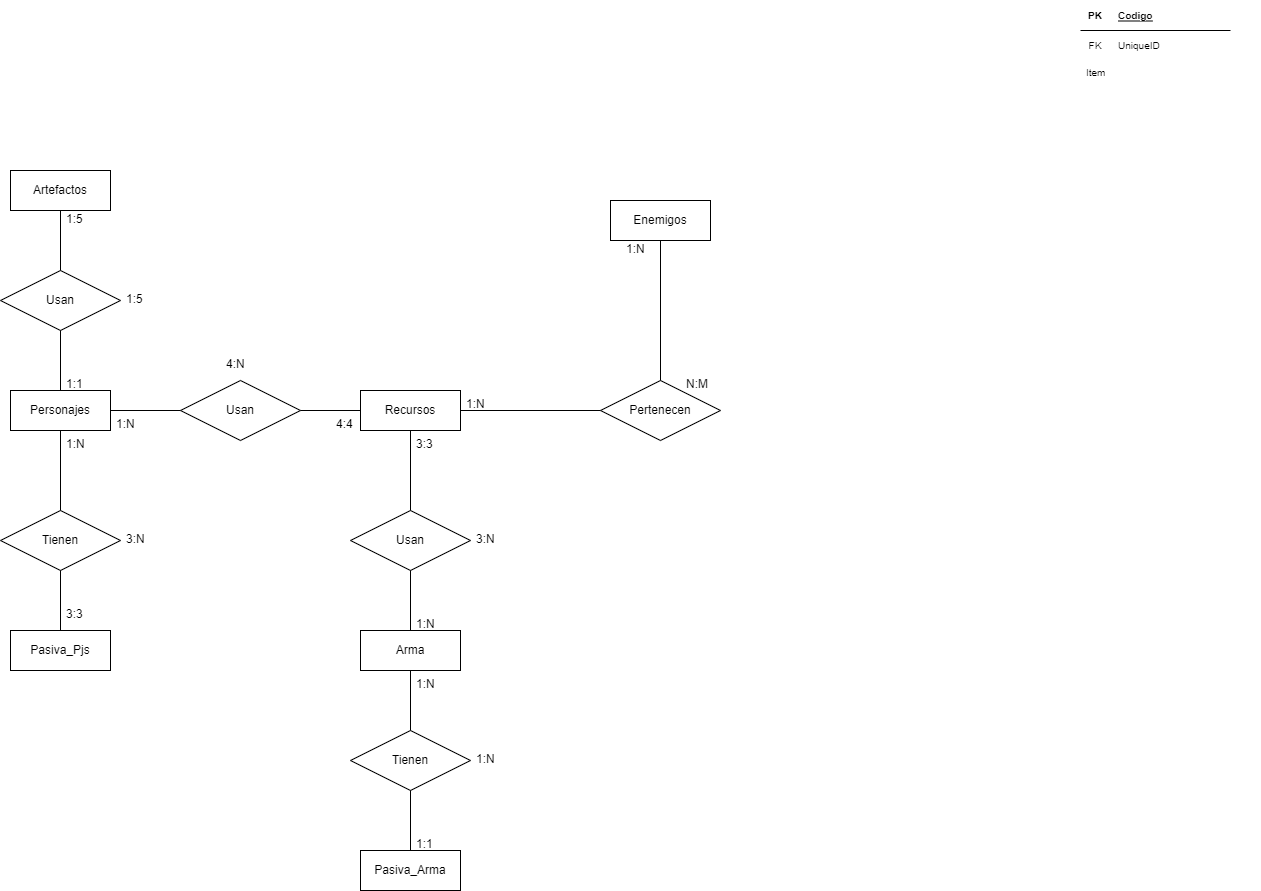
Above: Imgs/Diagrama Entidad-Relacion.png in TomNARiz/proyecto-ets-daw (draw.io), before the change. Source tidied: cells renumbered, new cells last; positions are measured from the earlier drawing's top-left corner, leaving out a move shared by most shapes.
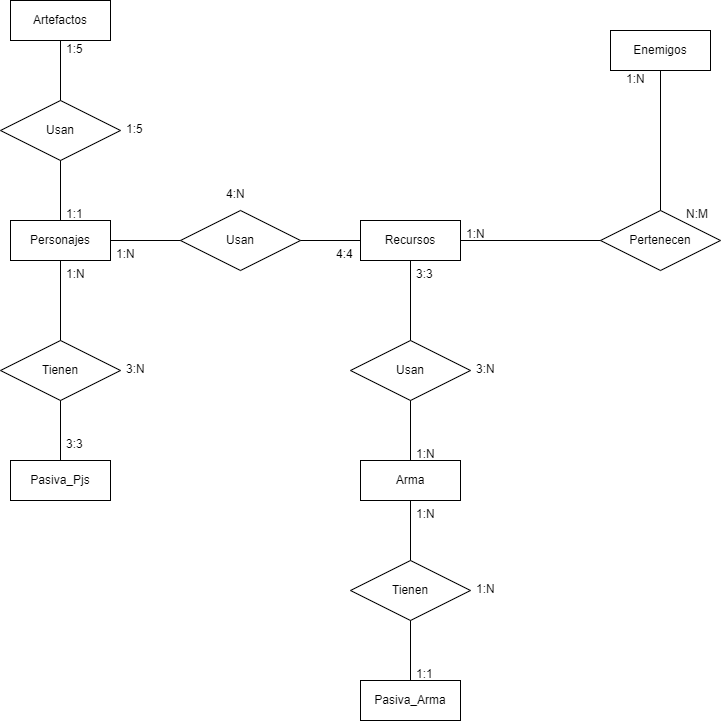
After the change.

The edit, as a diff of the source:
```diff
@@ -122,33 +122,6 @@
     <mxCell id="41" value="1:N" style="text;strokeColor=none;fillColor=none;spacingLeft=4;spacingRight=4;overflow=hidden;fontSize=12;" parent="1" vertex="1">
       <mxGeometry x="470" y="745" width="40" height="30" as="geometry" />
     </mxCell>
-    <mxCell id="42" style="shape=table;startSize=0;rowLines=0;fontStyle=0;align=center;strokeColor=none;fillColor=none;fontSize=10;" parent="1" vertex="1">
-      <mxGeometry x="1080" width="150" height="30" as="geometry" />
-    </mxCell>
-    <mxCell id="43" style="shape=tableRow;horizontal=0;startSize=0;swimlaneHead=0;swimlaneBody=0;fillColor=none;top=0;left=0;right=0;bottom=1;" parent="42" vertex="1">
-      <mxGeometry width="150" height="30" as="geometry" />
-    </mxCell>
-    <mxCell id="44" value="PK" style="shape=partialRectangle;fillColor=none;top=0;left=0;bottom=0;right=0;fontStyle=1;overflow=hidden;fontSize=10;" parent="43" vertex="1">
-      <mxGeometry width="30" height="30" as="geometry" />
-    </mxCell>
-    <mxCell id="45" value="Codigo" style="shape=partialRectangle;fillColor=none;top=0;left=0;bottom=0;right=0;align=left;spacingLeft=6;fontStyle=5;overflow=hidden;fontSize=10;" parent="43" vertex="1">
-      <mxGeometry x="30" width="120" height="30" as="geometry" />
-    </mxCell>
-    <mxCell id="46" style="shape=table;startSize=0;rowLines=0;fontStyle=0;align=center;strokeColor=none;fillColor=none;fontSize=10;" parent="1" vertex="1">
-      <mxGeometry x="1080" y="30" width="180" height="30" as="geometry" />
-    </mxCell>
-    <mxCell id="47" style="shape=tableRow;horizontal=0;startSize=0;swimlaneHead=0;swimlaneBody=0;fillColor=none;top=0;left=0;right=0;bottom=0;fontSize=10;" parent="46" vertex="1">
-      <mxGeometry width="180" height="30" as="geometry" />
-    </mxCell>
-    <mxCell id="48" value="FK" style="shape=partialRectangle;fillColor=none;top=0;left=0;bottom=0;right=0;fontStyle=0;overflow=hidden;fontSize=10;" parent="47" vertex="1">
-      <mxGeometry width="30" height="30" as="geometry" />
-    </mxCell>
-    <mxCell id="49" value="UniqueID" style="shape=partialRectangle;fillColor=none;top=0;left=0;bottom=0;right=0;align=left;spacingLeft=6;fontStyle=0;overflow=hidden;fontSize=10;" parent="47" vertex="1">
-      <mxGeometry x="30" width="150" height="30" as="geometry" />
-    </mxCell>
-    <mxCell id="50" value="Item" style="text;strokeColor=none;fillColor=none;spacingLeft=4;spacingRight=4;overflow=hidden;fontSize=10;" parent="1" vertex="1">
-      <mxGeometry x="1080" y="60" width="40" height="30" as="geometry" />
-    </mxCell>
     <mxCell id="51" value="1:5" style="text;strokeColor=none;fillColor=none;spacingLeft=4;spacingRight=4;overflow=hidden;fontSize=12;" parent="1" vertex="1">
       <mxGeometry x="60" y="205" width="40" height="30" as="geometry" />
     </mxCell>
```
